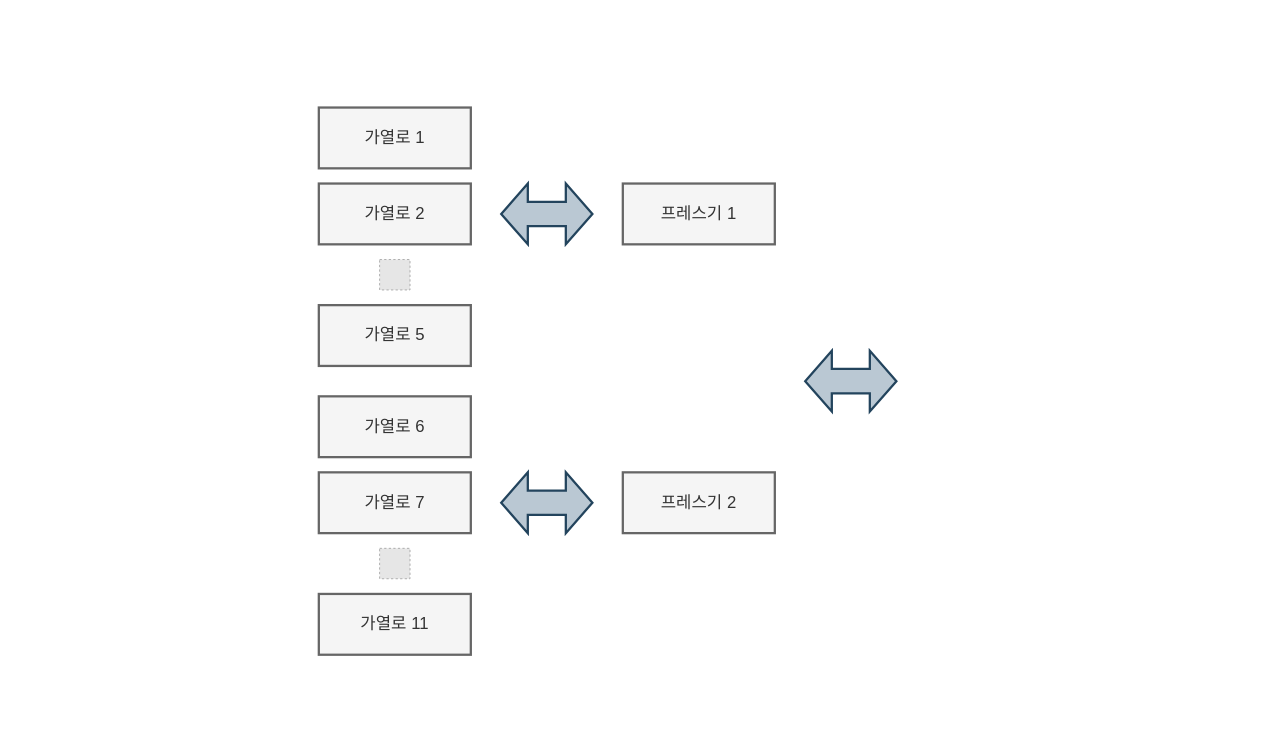
This is 공정개요.drawio from seheeP/statistic, a draw.io file, before an edit. Source tidied: cells renumbered, new cells numbered last; positions are measured from the earlier drawing's top-left corner, leaving out a move shared by most shapes. Both pictures are drawn from the tidied source at 76%, with x=0, y=0 at pixel (318, 107). Pictures stored in the file or linked from it are replaced by grey dashed boxes.
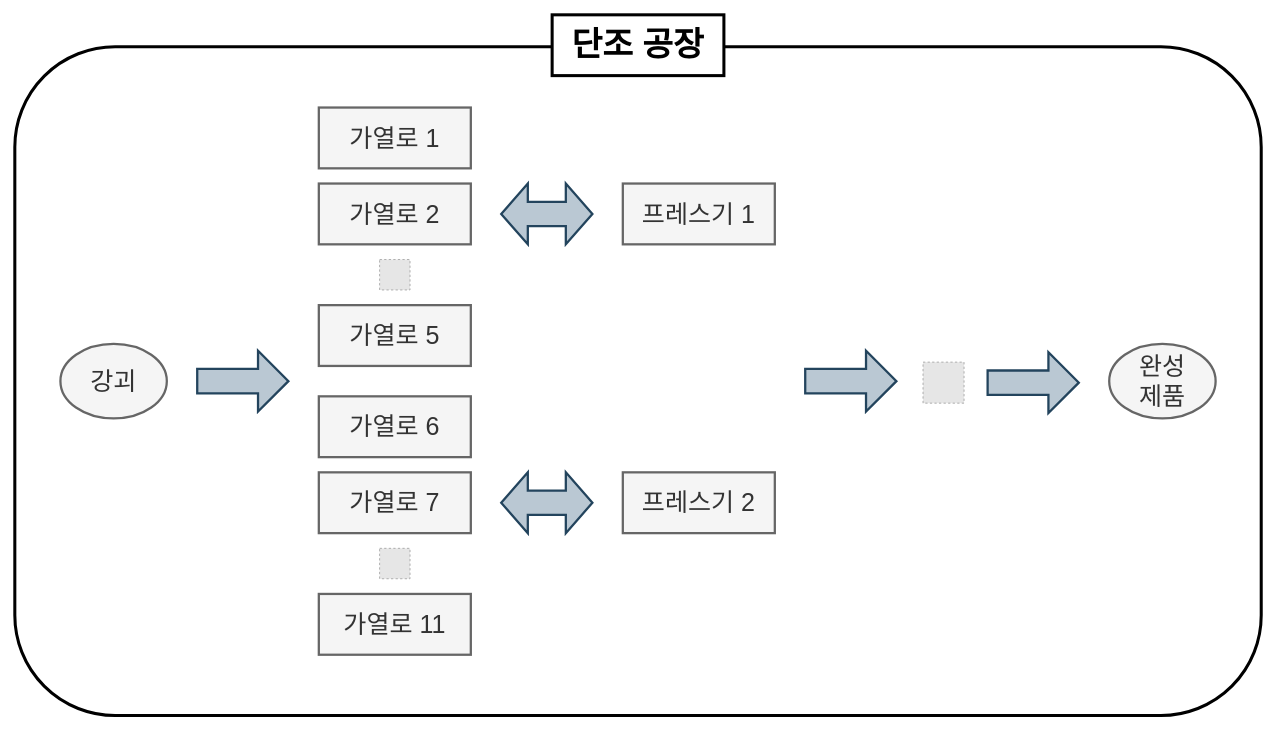
The same page after the edit.

The change refers to these unchanged cells:
```xml
<mxCell id="9" style="group;" parent="1" vertex="1">
  <mxGeometry y="380" width="600" height="340" as="geometry" />
</mxCell>
```

Diff of the diagram source:
```diff
@@
-    <mxCell id="2" style="group;" parent="1" vertex="1">
-      <mxGeometry width="600" height="340" as="geometry" />
-    </mxCell>
-    <mxCell id="3" value="가열로 1" style="rounded=0;whiteSpace=wrap;html=1;fontSize=22;fillColor=#f5f5f5;strokeColor=#666666;fontColor=#333333;strokeWidth=3;" parent="2" vertex="1">
-      <mxGeometry width="200" height="80" as="geometry" />
-    </mxCell>
-    <mxCell id="4" value="가열로 2" style="rounded=0;whiteSpace=wrap;html=1;fontSize=22;fillColor=#f5f5f5;strokeColor=#666666;fontColor=#333333;strokeWidth=3;" parent="2" vertex="1">
-      <mxGeometry y="100" width="200" height="80" as="geometry" />
-    </mxCell>
-    <mxCell id="5" value="가열로 5" style="rounded=0;whiteSpace=wrap;html=1;fontSize=22;fillColor=#f5f5f5;strokeColor=#666666;fontColor=#333333;strokeWidth=3;" parent="2" vertex="1">
-      <mxGeometry y="260" width="200" height="80" as="geometry" />
-    </mxCell>
-    <mxCell id="6" value="프레스기 1" style="rounded=0;whiteSpace=wrap;html=1;fontSize=22;fillColor=#f5f5f5;strokeColor=#666666;fontColor=#333333;strokeWidth=3;" parent="2" vertex="1">
-      <mxGeometry x="400" y="100" width="200" height="80" as="geometry" />
-    </mxCell>
-    <mxCell id="7" style="fillColor=#E6E6E6;strokeColor=#999999;dashed=1;html=1;verticalAlign=top;verticalLabelPosition=bottom;labelBackgroundColor=#ffffff;fontSize=22;" parent="2" vertex="1">
-      <mxGeometry x="80" y="200" width="40" height="40" as="geometry" />
-    </mxCell>
-    <mxCell id="8" style="html=1;shadow=0;dashed=0;align=center;verticalAlign=middle;shape=mxgraph.arrows2.twoWayArrow;dy=0.6;dx=35;fontSize=22;fillColor=#bac8d3;strokeColor=#23445d;strokeWidth=3;" parent="2" vertex="1">
-      <mxGeometry x="240" y="100" width="120" height="80" as="geometry" />
-    </mxCell>
+    <mxCell id="17" style="rounded=1;whiteSpace=wrap;html=1;fontSize=44;strokeWidth=4;fillColor=none;" parent="1" vertex="1">
+      <mxGeometry x="-400" y="-80" width="1640" height="880" as="geometry" />
+    </mxCell>
@@
-    <mxCell id="10" value="가열로 6" style="rounded=0;whiteSpace=wrap;html=1;fontSize=22;fillColor=#f5f5f5;strokeColor=#666666;fontColor=#333333;strokeWidth=3;" parent="9" vertex="1">
+    <mxCell id="10" value="가열로 6" style="rounded=0;whiteSpace=wrap;html=1;fontSize=33;fillColor=#f5f5f5;strokeColor=#666666;fontColor=#333333;strokeWidth=3;" parent="9" vertex="1">
       <mxGeometry width="200" height="80" as="geometry" />
     </mxCell>
-    <mxCell id="11" value="가열로 7" style="rounded=0;whiteSpace=wrap;html=1;fontSize=22;fillColor=#f5f5f5;strokeColor=#666666;fontColor=#333333;strokeWidth=3;" parent="9" vertex="1">
+    <mxCell id="11" value="가열로 7" style="rounded=0;whiteSpace=wrap;html=1;fontSize=33;fillColor=#f5f5f5;strokeColor=#666666;fontColor=#333333;strokeWidth=3;" parent="9" vertex="1">
       <mxGeometry y="100" width="200" height="80" as="geometry" />
     </mxCell>
-    <mxCell id="12" value="가열로 11" style="rounded=0;whiteSpace=wrap;html=1;fontSize=22;fillColor=#f5f5f5;strokeColor=#666666;fontColor=#333333;strokeWidth=3;" parent="9" vertex="1">
+    <mxCell id="12" value="가열로 11" style="rounded=0;whiteSpace=wrap;html=1;fontSize=33;fillColor=#f5f5f5;strokeColor=#666666;fontColor=#333333;strokeWidth=3;" parent="9" vertex="1">
       <mxGeometry y="260" width="200" height="80" as="geometry" />
     </mxCell>
-    <mxCell id="13" value="프레스기 2" style="rounded=0;whiteSpace=wrap;html=1;fontSize=22;fillColor=#f5f5f5;strokeColor=#666666;fontColor=#333333;strokeWidth=3;" parent="9" vertex="1">
+    <mxCell id="13" value="프레스기 2" style="rounded=0;whiteSpace=wrap;html=1;fontSize=33;fillColor=#f5f5f5;strokeColor=#666666;fontColor=#333333;strokeWidth=3;" parent="9" vertex="1">
       <mxGeometry x="400" y="100" width="200" height="80" as="geometry" />
     </mxCell>
@@
-    <mxCell id="16" style="html=1;shadow=0;dashed=0;align=center;verticalAlign=middle;shape=mxgraph.arrows2.twoWayArrow;dy=0.6;dx=35;fontSize=22;fillColor=#bac8d3;strokeColor=#23445d;strokeWidth=3;" parent="1" vertex="1">
-      <mxGeometry x="640" y="320" width="120" height="80" as="geometry" />
-    </mxCell>
+    <mxCell id="18" style="html=1;shadow=0;dashed=0;align=center;verticalAlign=middle;shape=mxgraph.arrows2.arrow;dy=0.6;dx=40;notch=0;rounded=0;fontSize=22;strokeWidth=3;fillColor=#bac8d3;strokeColor=#23445d;" parent="1" vertex="1">
+      <mxGeometry x="640" y="320" width="120" height="80" as="geometry" />
+    </mxCell>
+    <mxCell id="19" value="완성&lt;br style=&quot;font-size: 33px;&quot;&gt;제품" style="ellipse;whiteSpace=wrap;html=1;rounded=0;fontSize=33;strokeWidth=3;fillColor=#f5f5f5;strokeColor=#666666;fontColor=#333333;" parent="1" vertex="1">
+      <mxGeometry x="1040" y="311" width="140" height="98" as="geometry" />
+    </mxCell>
+    <mxCell id="20" style="html=1;shadow=0;dashed=0;align=center;verticalAlign=middle;shape=mxgraph.arrows2.arrow;dy=0.6;dx=40;notch=0;rounded=0;fontSize=22;strokeWidth=3;fillColor=#bac8d3;strokeColor=#23445d;" parent="1" vertex="1">
+      <mxGeometry x="880" y="322" width="120" height="80" as="geometry" />
+    </mxCell>
+    <mxCell id="21" style="fillColor=#E6E6E6;strokeColor=#999999;dashed=1;html=1;verticalAlign=top;verticalLabelPosition=bottom;labelBackgroundColor=#ffffff;fontSize=22;" parent="1" vertex="1">
+      <mxGeometry x="795" y="335" width="54" height="54" as="geometry" />
+    </mxCell>
+    <mxCell id="22" style="html=1;shadow=0;dashed=0;align=center;verticalAlign=middle;shape=mxgraph.arrows2.arrow;dy=0.6;dx=40;notch=0;rounded=0;fontSize=22;strokeWidth=3;fillColor=#bac8d3;strokeColor=#23445d;" parent="1" vertex="1">
+      <mxGeometry x="-160" y="320" width="120" height="80" as="geometry" />
+    </mxCell>
+    <mxCell id="23" value="&lt;b&gt;&lt;font style=&quot;font-size: 44px&quot;&gt;단조 공장&lt;/font&gt;&lt;/b&gt;" style="rounded=0;whiteSpace=wrap;html=1;fontSize=22;strokeWidth=4;fillColor=#FFFFFF;" parent="1" vertex="1">
+      <mxGeometry x="307" y="-122" width="226" height="80" as="geometry" />
+    </mxCell>
+    <mxCell id="3" value="가열로 1" style="rounded=0;whiteSpace=wrap;html=1;fontSize=33;fillColor=#f5f5f5;strokeColor=#666666;fontColor=#333333;strokeWidth=3;" parent="1" vertex="1">
+      <mxGeometry width="200" height="80" as="geometry" />
+    </mxCell>
+    <mxCell id="4" value="가열로 2" style="rounded=0;whiteSpace=wrap;html=1;fontSize=33;fillColor=#f5f5f5;strokeColor=#666666;fontColor=#333333;strokeWidth=3;" parent="1" vertex="1">
+      <mxGeometry y="100" width="200" height="80" as="geometry" />
+    </mxCell>
+    <mxCell id="5" value="가열로 5" style="rounded=0;whiteSpace=wrap;html=1;fontSize=33;fillColor=#f5f5f5;strokeColor=#666666;fontColor=#333333;strokeWidth=3;" parent="1" vertex="1">
+      <mxGeometry y="260" width="200" height="80" as="geometry" />
+    </mxCell>
+    <mxCell id="6" value="프레스기 1" style="rounded=0;whiteSpace=wrap;html=1;fontSize=33;fillColor=#f5f5f5;strokeColor=#666666;fontColor=#333333;strokeWidth=3;" parent="1" vertex="1">
+      <mxGeometry x="400" y="100" width="200" height="80" as="geometry" />
+    </mxCell>
+    <mxCell id="7" style="fillColor=#E6E6E6;strokeColor=#999999;dashed=1;html=1;verticalAlign=top;verticalLabelPosition=bottom;labelBackgroundColor=#ffffff;fontSize=22;" parent="1" vertex="1">
+      <mxGeometry x="80" y="200" width="40" height="40" as="geometry" />
+    </mxCell>
+    <mxCell id="8" style="html=1;shadow=0;dashed=0;align=center;verticalAlign=middle;shape=mxgraph.arrows2.twoWayArrow;dy=0.6;dx=35;fontSize=22;fillColor=#bac8d3;strokeColor=#23445d;strokeWidth=3;" parent="1" vertex="1">
+      <mxGeometry x="240" y="100" width="120" height="80" as="geometry" />
+    </mxCell>
+    <mxCell id="24" value="강괴" style="ellipse;whiteSpace=wrap;html=1;rounded=0;fontSize=33;strokeWidth=3;fillColor=#f5f5f5;strokeColor=#666666;fontColor=#333333;" parent="1" vertex="1">
+      <mxGeometry x="-340" y="311" width="140" height="98" as="geometry" />
+    </mxCell>
```
